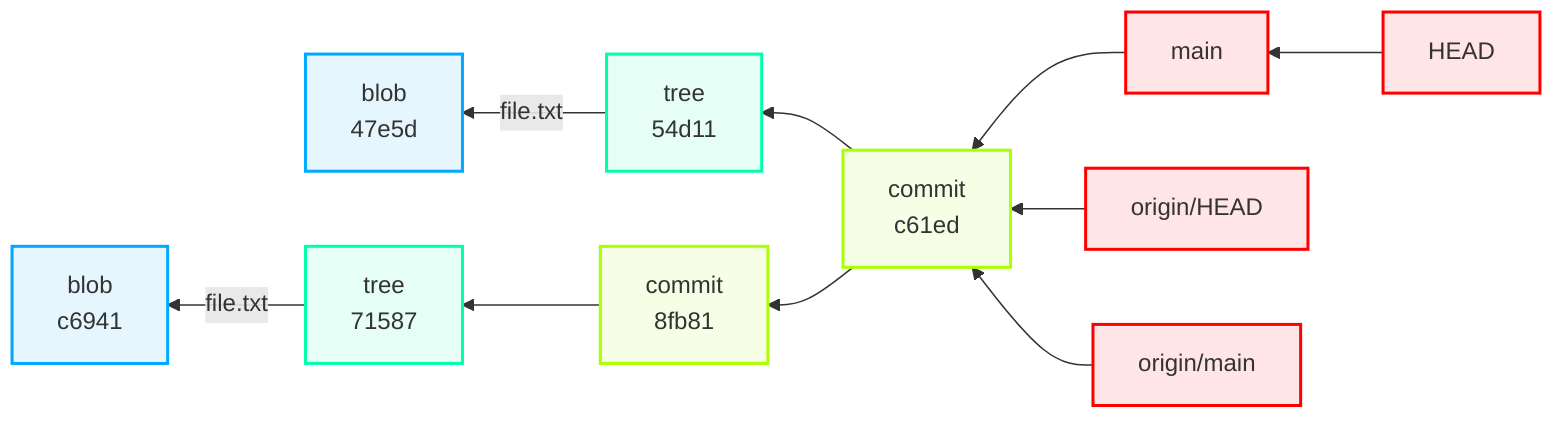
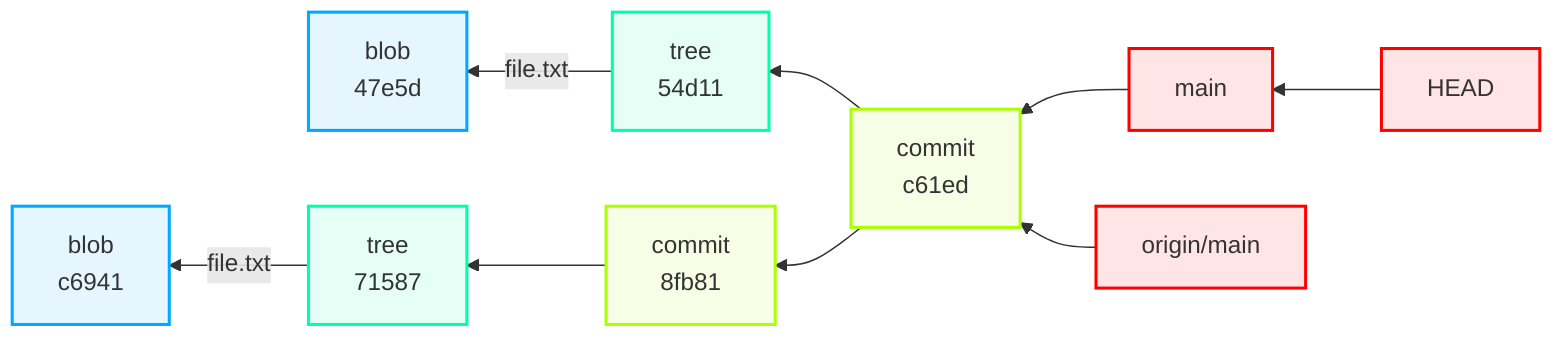
flowchart RL
    HEAD["HEAD"]
    refs_heads_main["main"]
    c61edbef2405d779b6f3a7bd006e68f095e7ed87["commit<br/>c61ed"]
    54d114dcd54f55e58d8b7dff2a1963d0d807b490["tree<br/>54d11"]
    47e5d40a50f8db1524f5308633ae3f0d1de58619["blob<br/>47e5d"]
    8fb8112ef48db44d2d05e1764e69d43c68e16cf7["commit<br/>8fb81"]
    71587d436d19a3bab16924de049d5aba0e7e154c["tree<br/>71587"]
    c694117fd4e76c22ae04348c15861413019aa03b["blob<br/>c6941"]
-     refs_remotes_origin_HEAD["origin/HEAD"]
    refs_remotes_origin_main["origin/main"]
    HEAD --> refs_heads_main
    refs_heads_main --> c61edbef2405d779b6f3a7bd006e68f095e7ed87
    c61edbef2405d779b6f3a7bd006e68f095e7ed87 --> 54d114dcd54f55e58d8b7dff2a1963d0d807b490
    54d114dcd54f55e58d8b7dff2a1963d0d807b490 -->|"file.txt"| 47e5d40a50f8db1524f5308633ae3f0d1de58619
    c61edbef2405d779b6f3a7bd006e68f095e7ed87 --> 8fb8112ef48db44d2d05e1764e69d43c68e16cf7
    8fb8112ef48db44d2d05e1764e69d43c68e16cf7 --> 71587d436d19a3bab16924de049d5aba0e7e154c
    71587d436d19a3bab16924de049d5aba0e7e154c -->|"file.txt"| c694117fd4e76c22ae04348c15861413019aa03b
-     refs_remotes_origin_HEAD --> c61edbef2405d779b6f3a7bd006e68f095e7ed87
    refs_remotes_origin_main --> c61edbef2405d779b6f3a7bd006e68f095e7ed87
    style HEAD fill:#ffe5e5,stroke:#ff0000,stroke-width:2px
    style refs_heads_main fill:#ffe5e5,stroke:#ff0000,stroke-width:2px
    style c61edbef2405d779b6f3a7bd006e68f095e7ed87 fill:#f6ffe5,stroke:#aaff00,stroke-width:2px
    style 54d114dcd54f55e58d8b7dff2a1963d0d807b490 fill:#e5fff6,stroke:#00ffa9,stroke-width:2px
    style 47e5d40a50f8db1524f5308633ae3f0d1de58619 fill:#e5f6ff,stroke:#00a9ff,stroke-width:2px
    style 8fb8112ef48db44d2d05e1764e69d43c68e16cf7 fill:#f6ffe5,stroke:#aaff00,stroke-width:2px
    style 71587d436d19a3bab16924de049d5aba0e7e154c fill:#e5fff6,stroke:#00ffa9,stroke-width:2px
    style c694117fd4e76c22ae04348c15861413019aa03b fill:#e5f6ff,stroke:#00a9ff,stroke-width:2px
-     style refs_remotes_origin_HEAD fill:#ffe5e5,stroke:#ff0000,stroke-width:2px
    style refs_remotes_origin_main fill:#ffe5e5,stroke:#ff0000,stroke-width:2px
